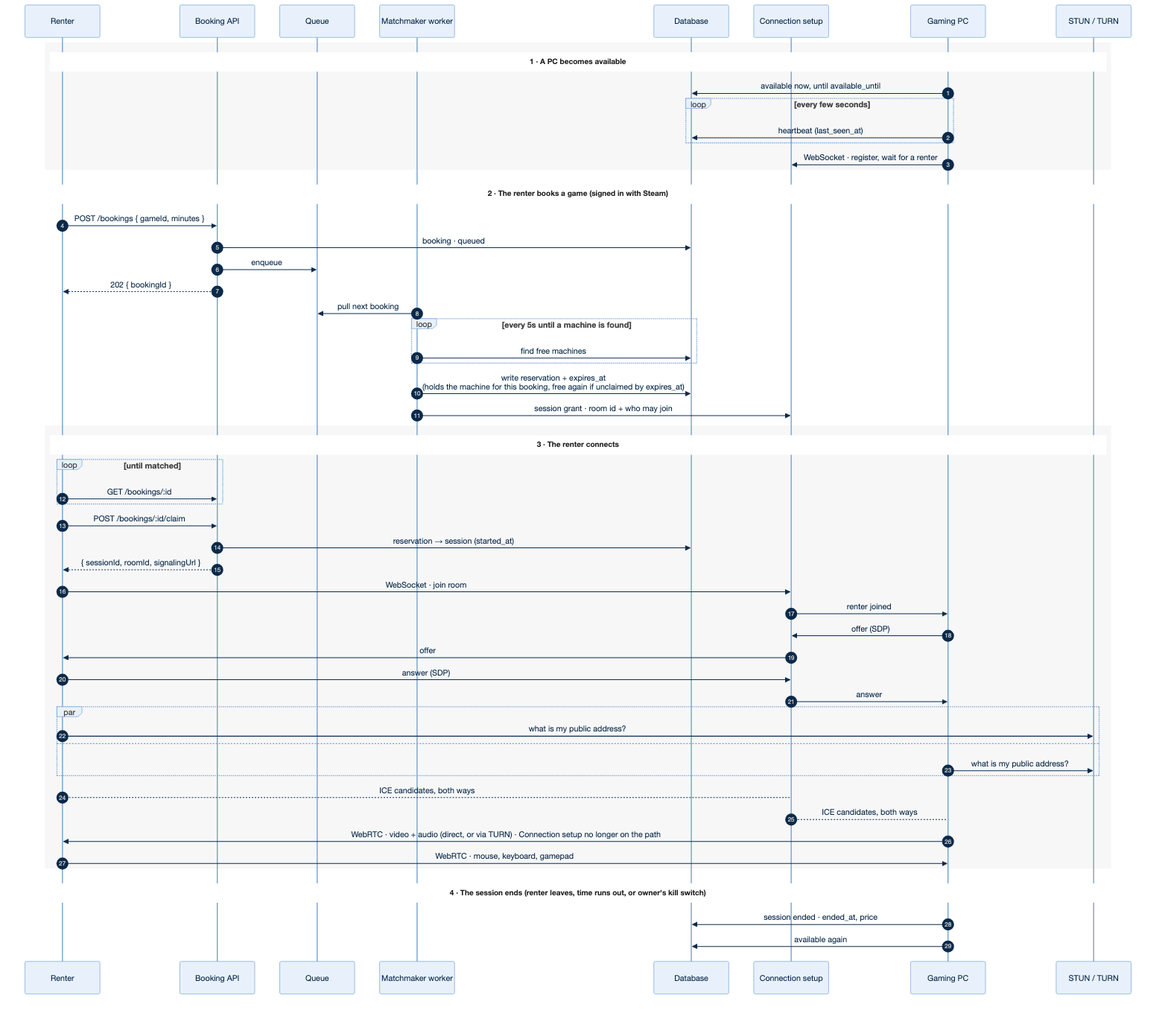
The Mermaid diagram docs/diagrams/workflow.png in tomnotthomas/distributed_gaming, before a commit. Its source is kept beside it as docs/diagrams/workflow.mmd. Its diagram source:
```mermaid
---
config:
  theme: base
  themeVariables:
    fontFamily: "Helvetica Neue, Helvetica, Arial, sans-serif"
    fontSize: 14px
    primaryColor: "#e8f1fb"
    primaryBorderColor: "#6d9ed3"
    primaryTextColor: "#0b2a4a"
    lineColor: "#333333"
    noteBkgColor: "#ffffff"
    noteBorderColor: "#ffffff"
    noteTextColor: "#666666"
    actorBkg: "#e8f1fb"
    actorBorder: "#6d9ed3"
  themeCSS: >-
    svg, text, tspan, span, p, div { font-family: "Helvetica Neue", Helvetica, Arial, sans-serif !important; }
    .noteText, .noteText tspan { font-weight: 600; fill: #222 !important; font-size: 15px !important; }
    .labelText, .loopText, .loopText tspan { font-weight: bold; fill: #444 !important; }
---
sequenceDiagram
  autonumber
  participant R as Renter
  participant API as Booking API
  participant Q as Queue
  participant MM as Matchmaker worker
  participant DB as Database
  participant SIG as Connection setup
  participant PC as Gaming PC
  participant ICE as STUN / TURN

  rect rgb(247, 247, 247)
  Note over R,ICE: 1 · A PC becomes available
  PC->>DB: available now, until available_until
  loop every few seconds
    PC->>DB: heartbeat (last_seen_at)
  end
  PC->>SIG: WebSocket · register, wait for a renter
  end

  rect rgb(255, 255, 255)
  Note over R,ICE: 2 · The renter books a game (signed in with Steam)
  R->>API: POST /bookings { gameId, minutes }
  API->>DB: booking · queued
  API->>Q: enqueue
  API-->>R: 202 { bookingId }
  MM->>Q: pull next booking
  loop every 5s until a machine is found
    MM->>DB: find free machines
  end
  MM->>DB: write reservation + expires_at<br/>(holds the machine for this booking, free again if unclaimed by expires_at)
  MM->>SIG: session grant · room id + who may join
  end

  rect rgb(247, 247, 247)
  Note over R,ICE: 3 · The renter connects
  loop until matched
    R->>API: GET /bookings/:id
  end
  R->>API: POST /bookings/:id/claim
  API->>DB: reservation → session (started_at)
  API-->>R: { sessionId, roomId, signalingUrl }
  R->>SIG: WebSocket · join room
  SIG->>PC: renter joined
  PC->>SIG: offer (SDP)
  SIG->>R: offer
  R->>SIG: answer (SDP)
  SIG->>PC: answer
  par
    R->>ICE: what is my public address?
  and
    PC->>ICE: what is my public address?
  end
  R-->SIG: ICE candidates, both ways
  SIG-->PC: ICE candidates, both ways
  PC->>R: WebRTC · video + audio (direct, or via TURN) · Connection setup no longer on the path
  R->>PC: WebRTC · mouse, keyboard, gamepad
  end

  rect rgb(255, 255, 255)
  Note over R,ICE: 4 · The session ends (renter leaves, time runs out, or owner's kill switch)
  PC->>DB: session ended · ended_at, price
  PC->>DB: available again
  end
```
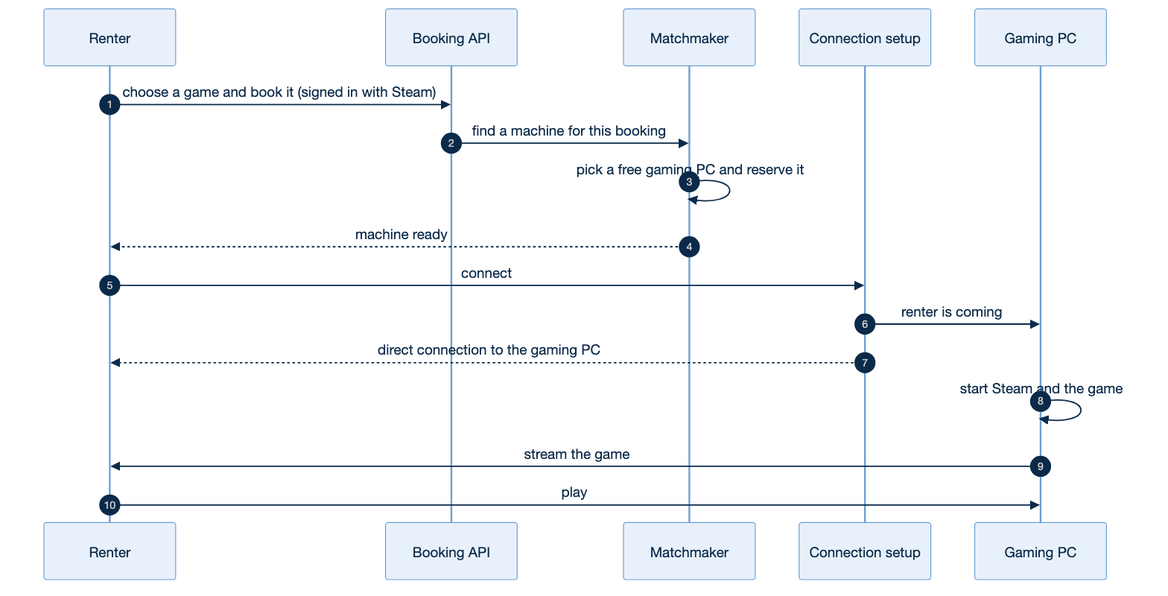
Later version of the same file.

Commit message:
docs(system-design): reduce workflow to the high-level path from choosing a game to playing

Change to the diagram source:
```diff
@@ -22,63 +22,17 @@
   autonumber
   participant R as Renter
   participant API as Booking API
-  participant Q as Queue
-  participant MM as Matchmaker worker
-  participant DB as Database
+  participant MM as Matchmaker
   participant SIG as Connection setup
   participant PC as Gaming PC
-  participant ICE as STUN / TURN
 
-  rect rgb(247, 247, 247)
-  Note over R,ICE: 1 · A PC becomes available
-  PC->>DB: available now, until available_until
-  loop every few seconds
-    PC->>DB: heartbeat (last_seen_at)
-  end
-  PC->>SIG: WebSocket · register, wait for a renter
-  end
-
-  rect rgb(255, 255, 255)
-  Note over R,ICE: 2 · The renter books a game (signed in with Steam)
-  R->>API: POST /bookings { gameId, minutes }
-  API->>DB: booking · queued
-  API->>Q: enqueue
-  API-->>R: 202 { bookingId }
-  MM->>Q: pull next booking
-  loop every 5s until a machine is found
-    MM->>DB: find free machines
-  end
-  MM->>DB: write reservation + expires_at<br/>(holds the machine for this booking, free again if unclaimed by expires_at)
-  MM->>SIG: session grant · room id + who may join
-  end
-
-  rect rgb(247, 247, 247)
-  Note over R,ICE: 3 · The renter connects
-  loop until matched
-    R->>API: GET /bookings/:id
-  end
-  R->>API: POST /bookings/:id/claim
-  API->>DB: reservation → session (started_at)
-  API-->>R: { sessionId, roomId, signalingUrl }
-  R->>SIG: WebSocket · join room
-  SIG->>PC: renter joined
-  PC->>SIG: offer (SDP)
-  SIG->>R: offer
-  R->>SIG: answer (SDP)
-  SIG->>PC: answer
-  par
-    R->>ICE: what is my public address?
-  and
-    PC->>ICE: what is my public address?
-  end
-  R-->SIG: ICE candidates, both ways
-  SIG-->PC: ICE candidates, both ways
-  PC->>R: WebRTC · video + audio (direct, or via TURN) · Connection setup no longer on the path
-  R->>PC: WebRTC · mouse, keyboard, gamepad
-  end
-
-  rect rgb(255, 255, 255)
-  Note over R,ICE: 4 · The session ends (renter leaves, time runs out, or owner's kill switch)
-  PC->>DB: session ended · ended_at, price
-  PC->>DB: available again
-  end
+  R->>API: choose a game and book it (signed in with Steam)
+  API->>MM: find a machine for this booking
+  MM->>MM: pick a free gaming PC and reserve it
+  MM-->>R: machine ready
+  R->>SIG: connect
+  SIG->>PC: renter is coming
+  SIG-->>R: direct connection to the gaming PC
+  PC->>PC: start Steam and the game
+  PC->>R: stream the game
+  R->>PC: play
```
